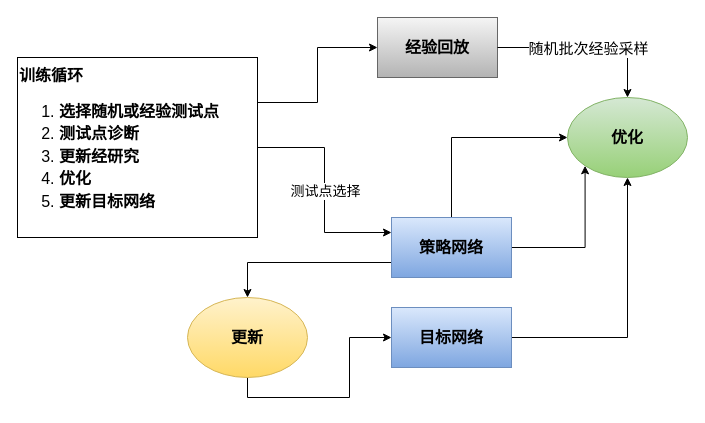
Earlier version of the draw.io diagram dqn.drawio (debeetle/Drawio). Source tidied: cells renumbered, new cells numbered last; positions are measured from the earlier drawing's top-left corner, leaving out a move shared by most shapes. Both pictures are drawn from the tidied source at 100%, with x=0, y=0 at pixel (17, 17).
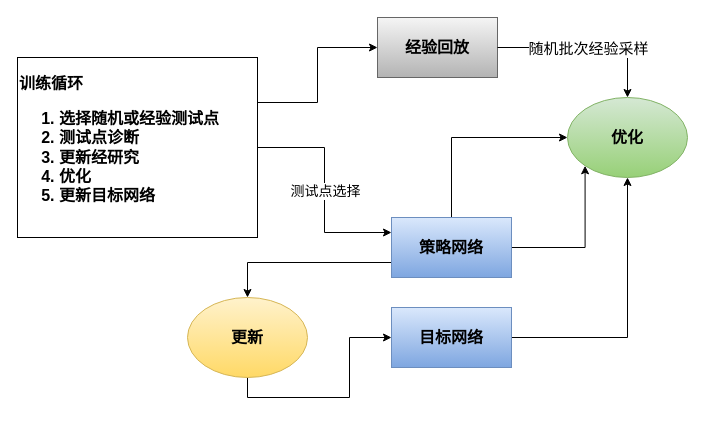
The same diagram, later.

The edit, as a diff of the source:
```diff
@@
 <mxGraphModel>
   <root>
     <mxCell id="0" />
     <mxCell id="1" parent="0" />
     <mxCell id="2" style="edgeStyle=orthogonalEdgeStyle;rounded=0;jettySize=auto;html=1;exitX=1;exitY=0.25;exitDx=0;exitDy=0;entryX=0;entryY=0.5;entryDx=0;entryDy=0;" parent="1" edge="1" source="3" target="4">
       <mxGeometry relative="1" as="geometry" />
     </mxCell>
-    <mxCell id="3" value="&lt;font face=&quot;宋体&quot; style=&quot;font-size: 16px;&quot;&gt;&lt;b&gt;训练循环&lt;br&gt;&lt;/b&gt;&lt;/font&gt;&lt;ol style=&quot;font-size: 16px; line-height: 140%;&quot;&gt;&lt;li style=&quot;&quot;&gt;&lt;font face=&quot;Tmhbn3gges5IK-CYF1_4&quot; style=&quot;font-size: 16px;&quot;&gt;&lt;b&gt;选择随机或经验测试点&lt;/b&gt;&lt;/font&gt;&lt;/li&gt;&lt;li style=&quot;&quot;&gt;&lt;font face=&quot;Tmhbn3gges5IK-CYF1_4&quot; style=&quot;font-size: 16px;&quot;&gt;&lt;b&gt;测试点诊断&lt;/b&gt;&lt;/font&gt;&lt;/li&gt;&lt;li style=&quot;&quot;&gt;&lt;font face=&quot;Tmhbn3gges5IK-CYF1_4&quot; style=&quot;font-size: 16px;&quot;&gt;&lt;b&gt;更新经研究&lt;/b&gt;&lt;/font&gt;&lt;/li&gt;&lt;li style=&quot;&quot;&gt;&lt;font face=&quot;Tmhbn3gges5IK-CYF1_4&quot; style=&quot;font-size: 16px;&quot;&gt;&lt;b&gt;优化&lt;/b&gt;&lt;/font&gt;&lt;/li&gt;&lt;li style=&quot;&quot;&gt;&lt;font face=&quot;Tmhbn3gges5IK-CYF1_4&quot; style=&quot;font-size: 16px;&quot;&gt;&lt;b&gt;更新目标网络&lt;/b&gt;&lt;/font&gt;&lt;/li&gt;&lt;/ol&gt;" style="rounded=0;whiteSpace=wrap;html=1;fillColor=none;align=left;" parent="1" vertex="1">
+    <mxCell id="3" value="&lt;font face=&quot;宋体&quot;&gt;&lt;font style=&quot;font-size: 16px;&quot;&gt;&lt;b style=&quot;&quot;&gt;训练循环&lt;br&gt;&lt;ol&gt;&lt;li&gt;&lt;font face=&quot;宋体&quot;&gt;&lt;b style=&quot;font-size: 16px; background-color: initial;&quot;&gt;选择随机或经验测试点&lt;/b&gt;&lt;/font&gt;&lt;/li&gt;&lt;li&gt;&lt;font face=&quot;宋体&quot;&gt;&lt;b style=&quot;font-size: 16px; background-color: initial;&quot;&gt;测试点诊断&lt;/b&gt;&lt;/font&gt;&lt;/li&gt;&lt;li&gt;&lt;font face=&quot;宋体&quot;&gt;&lt;b style=&quot;font-size: 16px; background-color: initial;&quot;&gt;更新经研究&lt;/b&gt;&lt;/font&gt;&lt;/li&gt;&lt;li&gt;&lt;font face=&quot;宋体&quot;&gt;&lt;b style=&quot;font-size: 16px; background-color: initial;&quot;&gt;优化&lt;/b&gt;&lt;/font&gt;&lt;/li&gt;&lt;li&gt;&lt;font face=&quot;宋体&quot;&gt;&lt;b style=&quot;font-size: 16px; background-color: initial;&quot;&gt;更新目标网络&lt;/b&gt;&lt;/font&gt;&lt;/li&gt;&lt;/ol&gt;&lt;/b&gt;&lt;/font&gt;&lt;/font&gt;" style="rounded=0;whiteSpace=wrap;html=1;fillColor=none;align=left;" parent="1" vertex="1">
       <mxGeometry y="40" width="240" height="180" as="geometry" />
     </mxCell>
     <mxCell id="4" value="&lt;font style=&quot;font-size: 16px;&quot; face=&quot;宋体&quot;&gt;&lt;b&gt;经验回放&lt;/b&gt;&lt;/font&gt;" style="rounded=0;whiteSpace=wrap;html=1;fillColor=#f5f5f5;gradientColor=#b3b3b3;strokeColor=#666666;" parent="1" vertex="1">
       <mxGeometry x="360" width="120" height="60" as="geometry" />
     </mxCell>
     <mxCell id="5" style="edgeStyle=orthogonalEdgeStyle;rounded=0;jettySize=auto;html=1;exitX=0;exitY=0.75;exitDx=0;exitDy=0;entryX=0.5;entryY=0;entryDx=0;entryDy=0;" parent="1" edge="1" source="8" target="14">
       <mxGeometry relative="1" as="geometry" />
     </mxCell>
     <mxCell id="6" style="edgeStyle=orthogonalEdgeStyle;rounded=0;jettySize=auto;html=1;entryX=0;entryY=0.5;entryDx=0;entryDy=0;exitX=0.5;exitY=0;exitDx=0;exitDy=0;" parent="1" edge="1" source="8" target="15">
       <mxGeometry relative="1" as="geometry" />
     </mxCell>
     <mxCell id="7" style="edgeStyle=orthogonalEdgeStyle;rounded=0;jettySize=auto;html=1;exitX=1;exitY=0.5;exitDx=0;exitDy=0;entryX=0;entryY=1;entryDx=0;entryDy=0;" parent="1" edge="1" source="8" target="15">
       <mxGeometry relative="1" as="geometry" />
     </mxCell>
     <mxCell id="8" value="&lt;font face=&quot;宋体&quot; style=&quot;font-size: 16px;&quot;&gt;&lt;b&gt;策略网络&lt;/b&gt;&lt;/font&gt;" style="rounded=0;whiteSpace=wrap;html=1;fillColor=#dae8fc;gradientColor=#7ea6e0;strokeColor=#6c8ebf;" parent="1" vertex="1">
       <mxGeometry x="374" y="200" width="120" height="60" as="geometry" />
     </mxCell>
     <mxCell id="9" style="edgeStyle=orthogonalEdgeStyle;rounded=0;jettySize=auto;html=1;exitX=1;exitY=0.5;exitDx=0;exitDy=0;entryX=0.5;entryY=1;entryDx=0;entryDy=0;" parent="1" edge="1" source="10" target="15">
       <mxGeometry relative="1" as="geometry" />
     </mxCell>
     <mxCell id="10" value="&lt;font face=&quot;宋体&quot; style=&quot;font-size: 16px;&quot;&gt;&lt;b&gt;目标网络&lt;/b&gt;&lt;/font&gt;" style="rounded=0;whiteSpace=wrap;html=1;fillColor=#dae8fc;gradientColor=#7ea6e0;strokeColor=#6c8ebf;" parent="1" vertex="1">
       <mxGeometry x="374" y="290" width="120" height="60" as="geometry" />
     </mxCell>
     <mxCell id="11" style="endArrow=classic;html=1;rounded=0;edgeStyle=orthogonalEdgeStyle;exitX=1;exitY=0.5;exitDx=0;exitDy=0;entryX=0;entryY=0.25;entryDx=0;entryDy=0;" parent="1" edge="1" source="3" target="8">
       <mxGeometry relative="1" as="geometry" />
     </mxCell>
     <mxCell id="12" value="&lt;font style=&quot;font-size: 14px;&quot;&gt;测试点选择&lt;/font&gt;" style="edgeLabel;html=1;align=center;verticalAlign=middle;" parent="11" vertex="1">
       <mxGeometry relative="1" as="geometry" />
     </mxCell>
     <mxCell id="13" style="edgeStyle=orthogonalEdgeStyle;rounded=0;jettySize=auto;html=1;exitX=0.5;exitY=1;exitDx=0;exitDy=0;" parent="1" edge="1" source="14" target="10">
       <mxGeometry relative="1" as="geometry" />
     </mxCell>
     <mxCell id="14" value="&lt;font style=&quot;font-size: 16px;&quot; face=&quot;宋体&quot;&gt;&lt;b&gt;更新&lt;/b&gt;&lt;/font&gt;" style="ellipse;whiteSpace=wrap;html=1;fillColor=#fff2cc;gradientColor=#ffd966;strokeColor=#d6b656;" parent="1" vertex="1">
       <mxGeometry x="170" y="280" width="120" height="80" as="geometry" />
     </mxCell>
     <mxCell id="15" value="&lt;font style=&quot;font-size: 16px;&quot; face=&quot;宋体&quot;&gt;&lt;b&gt;优化&lt;/b&gt;&lt;/font&gt;" style="ellipse;whiteSpace=wrap;html=1;fillColor=#d5e8d4;gradientColor=#97d077;strokeColor=#82b366;" parent="1" vertex="1">
       <mxGeometry x="550" y="80" width="120" height="80" as="geometry" />
     </mxCell>
     <mxCell id="16" style="endArrow=classic;html=1;rounded=0;edgeStyle=orthogonalEdgeStyle;exitX=1;exitY=0.5;exitDx=0;exitDy=0;entryX=0.5;entryY=0;entryDx=0;entryDy=0;" parent="1" edge="1" source="4" target="15">
       <mxGeometry relative="1" as="geometry" />
     </mxCell>
     <mxCell id="17" value="&lt;font style=&quot;font-size: 15px;&quot;&gt;随机批次经验采样&lt;/font&gt;" style="edgeLabel;html=1;align=center;verticalAlign=middle;" parent="16" vertex="1">
       <mxGeometry relative="1" as="geometry" />
     </mxCell>
   </root>
 </mxGraphModel>
```
